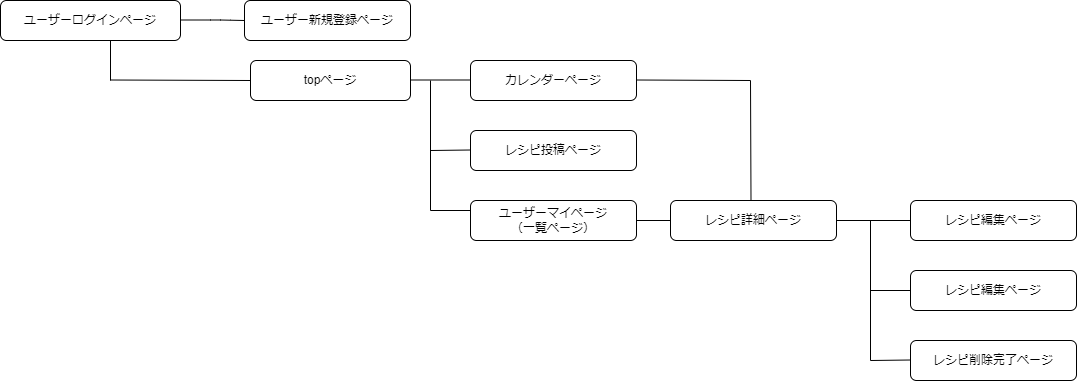
The draw.io diagram 画面遷移図.drawio.png in akina0302/MyRecipe, before a commit. Source tidied: cells renumbered, new cells last; positions are measured from the earlier drawing's top-left corner, leaving out a move shared by most shapes. The source it was exported from:
```xml
<mxGraphModel>
  <root>
    <mxCell id="0" />
    <mxCell id="1" parent="0" />
    <mxCell id="2" value="ユーザーログインページ" style="rounded=1;whiteSpace=wrap;html=1;" parent="1" vertex="1">
      <mxGeometry width="180" height="40" as="geometry" />
    </mxCell>
    <mxCell id="3" value="ユーザー新規登録ページ" style="rounded=1;whiteSpace=wrap;html=1;" parent="1" vertex="1">
      <mxGeometry x="244" width="166" height="40" as="geometry" />
    </mxCell>
    <mxCell id="4" value="レシピ投稿ページ" style="rounded=1;whiteSpace=wrap;html=1;" parent="1" vertex="1">
      <mxGeometry x="470" y="130" width="166" height="40" as="geometry" />
    </mxCell>
    <mxCell id="5" style="endArrow=none;html=1;entryX=0;entryY=0.5;entryDx=0;entryDy=0;" parent="1" edge="1" target="3">
      <mxGeometry relative="1" as="geometry">
        <mxPoint x="180" y="19.5" as="sourcePoint" />
        <Array as="points">
          <mxPoint x="220" y="19.5" />
        </Array>
      </mxGeometry>
    </mxCell>
    <mxCell id="6" style="endArrow=none;html=1;" parent="1" edge="1">
      <mxGeometry relative="1" as="geometry">
        <mxPoint x="110" y="80" as="sourcePoint" />
        <mxPoint x="110" y="40" as="targetPoint" />
      </mxGeometry>
    </mxCell>
    <mxCell id="7" value="カレンダーページ" style="rounded=1;whiteSpace=wrap;html=1;" parent="1" vertex="1">
      <mxGeometry x="470" y="60" width="166" height="40" as="geometry" />
    </mxCell>
    <mxCell id="8" value="&lt;div&gt;&lt;br&gt;&lt;/div&gt;&lt;div&gt;ユーザーマイページ&lt;/div&gt;&lt;div&gt;（一覧ページ）&lt;/div&gt;&lt;div&gt;&lt;br&gt;&lt;/div&gt;" style="rounded=1;whiteSpace=wrap;html=1;" parent="1" vertex="1">
      <mxGeometry x="470" y="200" width="166" height="40" as="geometry" />
    </mxCell>
    <mxCell id="9" value="レシピ編集ページ" style="rounded=1;whiteSpace=wrap;html=1;" parent="1" vertex="1">
      <mxGeometry x="910" y="270" width="166" height="40" as="geometry" />
    </mxCell>
    <mxCell id="10" value="レシピ削除完了ページ" style="rounded=1;whiteSpace=wrap;html=1;" parent="1" vertex="1">
      <mxGeometry x="910" y="340" width="166" height="40" as="geometry" />
    </mxCell>
    <mxCell id="11" value="レシピ編集ページ" style="rounded=1;whiteSpace=wrap;html=1;" parent="1" vertex="1">
      <mxGeometry x="910" y="200" width="166" height="40" as="geometry" />
    </mxCell>
    <mxCell id="12" value="&lt;div&gt;topページ&lt;/div&gt;" style="rounded=1;whiteSpace=wrap;html=1;" parent="1" vertex="1">
      <mxGeometry x="250" y="60" width="160" height="40" as="geometry" />
    </mxCell>
    <mxCell id="13" style="endArrow=none;html=1;entryX=0;entryY=0.5;entryDx=0;entryDy=0;" parent="1" edge="1" target="12">
      <mxGeometry relative="1" as="geometry">
        <mxPoint x="110" y="79.5" as="sourcePoint" />
      </mxGeometry>
    </mxCell>
    <mxCell id="14" style="endArrow=none;html=1;" parent="1" edge="1">
      <mxGeometry relative="1" as="geometry">
        <mxPoint x="410" y="79.5" as="sourcePoint" />
        <mxPoint x="470" y="79.5" as="targetPoint" />
      </mxGeometry>
    </mxCell>
    <mxCell id="15" style="endArrow=none;html=1;" parent="1" edge="1">
      <mxGeometry relative="1" as="geometry">
        <mxPoint x="430" y="150" as="sourcePoint" />
        <mxPoint x="470" y="149.5" as="targetPoint" />
      </mxGeometry>
    </mxCell>
    <mxCell id="16" style="endArrow=none;html=1;" parent="1" edge="1">
      <mxGeometry relative="1" as="geometry">
        <mxPoint x="430" y="210" as="sourcePoint" />
        <mxPoint x="470" y="210" as="targetPoint" />
      </mxGeometry>
    </mxCell>
    <mxCell id="17" style="endArrow=none;html=1;" parent="1" edge="1">
      <mxGeometry relative="1" as="geometry">
        <mxPoint x="430" y="210" as="sourcePoint" />
        <mxPoint x="430" y="80" as="targetPoint" />
      </mxGeometry>
    </mxCell>
    <mxCell id="18" value="レシピ詳細ページ" style="rounded=1;whiteSpace=wrap;html=1;" parent="1" vertex="1">
      <mxGeometry x="670" y="200" width="166" height="40" as="geometry" />
    </mxCell>
    <mxCell id="19" style="endArrow=none;html=1;" parent="1" edge="1">
      <mxGeometry relative="1" as="geometry">
        <mxPoint x="636" y="220" as="sourcePoint" />
        <mxPoint x="670" y="220" as="targetPoint" />
      </mxGeometry>
    </mxCell>
    <mxCell id="20" style="endArrow=none;html=1;entryX=0;entryY=0.5;entryDx=0;entryDy=0;" parent="1" edge="1" target="11">
      <mxGeometry relative="1" as="geometry">
        <mxPoint x="836" y="220" as="sourcePoint" />
      </mxGeometry>
    </mxCell>
    <mxCell id="21" style="endArrow=none;html=1;" parent="1" edge="1">
      <mxGeometry relative="1" as="geometry">
        <mxPoint x="870" y="360" as="sourcePoint" />
        <mxPoint x="910" y="359.5" as="targetPoint" />
      </mxGeometry>
    </mxCell>
    <mxCell id="22" style="endArrow=none;html=1;" parent="1" edge="1">
      <mxGeometry relative="1" as="geometry">
        <mxPoint x="870" y="290" as="sourcePoint" />
        <mxPoint x="910" y="290" as="targetPoint" />
      </mxGeometry>
    </mxCell>
    <mxCell id="23" style="endArrow=none;html=1;" parent="1" edge="1">
      <mxGeometry relative="1" as="geometry">
        <mxPoint x="870" y="360" as="sourcePoint" />
        <mxPoint x="870" y="220" as="targetPoint" />
      </mxGeometry>
    </mxCell>
    <mxCell id="24" style="endArrow=none;html=1;" parent="1" edge="1">
      <mxGeometry relative="1" as="geometry">
        <mxPoint x="750.5" y="200" as="sourcePoint" />
        <mxPoint x="750" y="80" as="targetPoint" />
      </mxGeometry>
    </mxCell>
    <mxCell id="25" style="endArrow=none;html=1;" parent="1" edge="1">
      <mxGeometry relative="1" as="geometry">
        <mxPoint x="636" y="79.5" as="sourcePoint" />
        <mxPoint x="750" y="80" as="targetPoint" />
      </mxGeometry>
    </mxCell>
  </root>
</mxGraphModel>
```
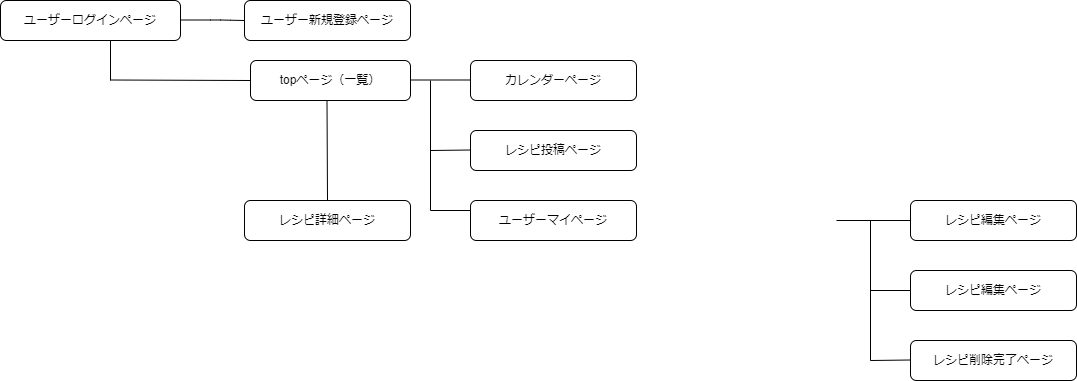
After the commit.

What changed in the source:
```diff
@@ -28,7 +28,7 @@
     <mxCell id="7" value="カレンダーページ" style="rounded=1;whiteSpace=wrap;html=1;" parent="1" vertex="1">
       <mxGeometry x="470" y="60" width="166" height="40" as="geometry" />
     </mxCell>
-    <mxCell id="8" value="&lt;div&gt;&lt;br&gt;&lt;/div&gt;&lt;div&gt;ユーザーマイページ&lt;/div&gt;&lt;div&gt;（一覧ページ）&lt;/div&gt;&lt;div&gt;&lt;br&gt;&lt;/div&gt;" style="rounded=1;whiteSpace=wrap;html=1;" parent="1" vertex="1">
+    <mxCell id="8" value="&lt;div&gt;&lt;br&gt;&lt;/div&gt;&lt;div&gt;ユーザーマイページ&lt;/div&gt;&lt;div&gt;&lt;br&gt;&lt;/div&gt;" style="rounded=1;whiteSpace=wrap;html=1;" parent="1" vertex="1">
       <mxGeometry x="470" y="200" width="166" height="40" as="geometry" />
     </mxCell>
     <mxCell id="9" value="レシピ編集ページ" style="rounded=1;whiteSpace=wrap;html=1;" parent="1" vertex="1">
@@ -40,7 +40,7 @@
     <mxCell id="11" value="レシピ編集ページ" style="rounded=1;whiteSpace=wrap;html=1;" parent="1" vertex="1">
       <mxGeometry x="910" y="200" width="166" height="40" as="geometry" />
     </mxCell>
-    <mxCell id="12" value="&lt;div&gt;topページ&lt;/div&gt;" style="rounded=1;whiteSpace=wrap;html=1;" parent="1" vertex="1">
+    <mxCell id="12" value="&lt;div&gt;topページ（一覧）&lt;/div&gt;" style="rounded=1;whiteSpace=wrap;html=1;" parent="1" vertex="1">
       <mxGeometry x="250" y="60" width="160" height="40" as="geometry" />
     </mxCell>
     <mxCell id="13" style="endArrow=none;html=1;entryX=0;entryY=0.5;entryDx=0;entryDy=0;" parent="1" edge="1" target="12">
@@ -73,14 +73,8 @@
       </mxGeometry>
     </mxCell>
     <mxCell id="18" value="レシピ詳細ページ" style="rounded=1;whiteSpace=wrap;html=1;" parent="1" vertex="1">
-      <mxGeometry x="670" y="200" width="166" height="40" as="geometry" />
+      <mxGeometry x="244" y="200" width="166" height="40" as="geometry" />
     </mxCell>
-    <mxCell id="19" style="endArrow=none;html=1;" parent="1" edge="1">
-      <mxGeometry relative="1" as="geometry">
-        <mxPoint x="636" y="220" as="sourcePoint" />
-        <mxPoint x="670" y="220" as="targetPoint" />
-      </mxGeometry>
-    </mxCell>
     <mxCell id="20" style="endArrow=none;html=1;entryX=0;entryY=0.5;entryDx=0;entryDy=0;" parent="1" edge="1" target="11">
       <mxGeometry relative="1" as="geometry">
         <mxPoint x="836" y="220" as="sourcePoint" />
@@ -104,16 +98,10 @@
         <mxPoint x="870" y="220" as="targetPoint" />
       </mxGeometry>
     </mxCell>
-    <mxCell id="24" style="endArrow=none;html=1;" parent="1" edge="1">
-      <mxGeometry relative="1" as="geometry">
-        <mxPoint x="750.5" y="200" as="sourcePoint" />
-        <mxPoint x="750" y="80" as="targetPoint" />
-      </mxGeometry>
-    </mxCell>
     <mxCell id="25" style="endArrow=none;html=1;" parent="1" edge="1">
       <mxGeometry relative="1" as="geometry">
-        <mxPoint x="636" y="79.5" as="sourcePoint" />
-        <mxPoint x="750" y="80" as="targetPoint" />
+        <mxPoint x="327" y="200" as="sourcePoint" />
+        <mxPoint x="326.5" y="100" as="targetPoint" />
       </mxGeometry>
     </mxCell>
   </root>
```
